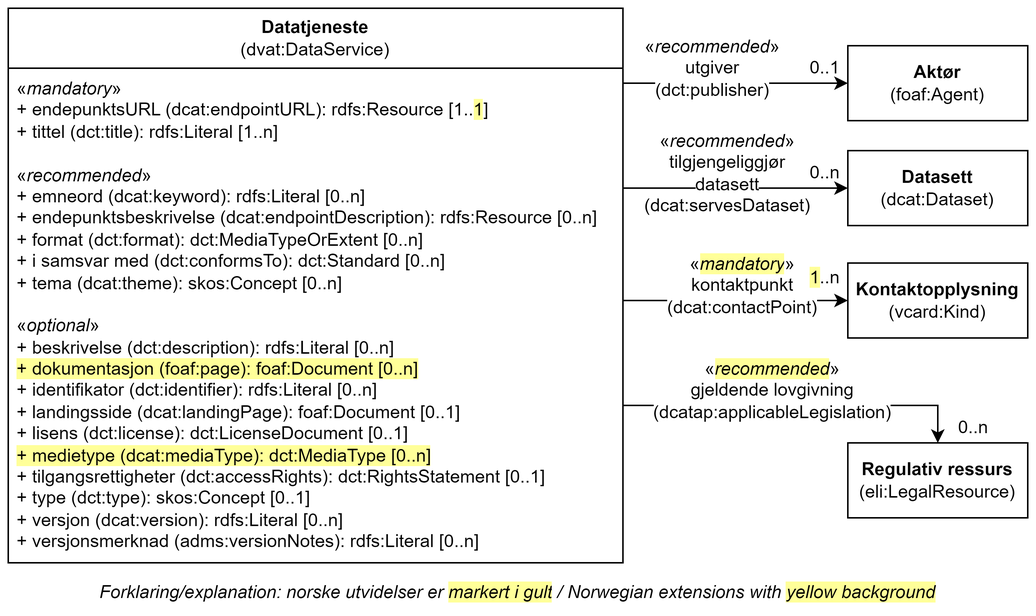
This is docs/images/Klassen-Datatjeneste.png from Informasjonsforvaltning/dcat-ap-no, a draw.io export, as it was before one commit. Source tidied: cells renumbered, new cells last; positions are measured from the earlier drawing's top-left corner, leaving out a move shared by most shapes. Its diagram source:
```xml
<mxGraphModel>
  <root>
    <mxCell id="0" />
    <mxCell id="1" parent="0" />
    <mxCell id="2" value="Datatjeneste&lt;br&gt;&lt;span style=&quot;font-weight: normal;&quot;&gt;(dvat:DataService)&lt;/span&gt;" style="swimlane;whiteSpace=wrap;html=1;startSize=40;" parent="1" vertex="1">
      <mxGeometry width="410" height="370" as="geometry" />
    </mxCell>
    <mxCell id="3" value="«&lt;i style=&quot;&quot;&gt;mandatory&lt;/i&gt;»&lt;br&gt;&lt;div&gt;+ endepunktsURL (dcat:endpointURL): rdfs:Resource [1..&lt;span style=&quot;background-color: rgb(255, 255, 153);&quot;&gt;1&lt;/span&gt;]&lt;/div&gt;&lt;div&gt;&lt;span style=&quot;background-color: initial;&quot;&gt;+ tittel (dct:title): rdfs:Literal [1..n]&lt;/span&gt;&lt;br&gt;&lt;/div&gt;&lt;div&gt;&lt;br&gt;&lt;/div&gt;&lt;div&gt;&lt;div style=&quot;border-color: var(--border-color);&quot;&gt;«&lt;i style=&quot;border-color: var(--border-color);&quot;&gt;recommended&lt;/i&gt;»&lt;/div&gt;&lt;div style=&quot;border-color: var(--border-color);&quot;&gt;&lt;span style=&quot;background-color: initial;&quot;&gt;+ emneord (dcat:keyword): rdfs:Literal [0..n]&lt;/span&gt;&lt;br&gt;&lt;/div&gt;&lt;div style=&quot;border-color: var(--border-color);&quot;&gt;+ endepunktsbeskrivelse (dcat:endpointDescription): rdfs:Resource [0..n]&lt;/div&gt;&lt;div style=&quot;border-color: var(--border-color);&quot;&gt;+ format (dct:format): dct:MediaTypeOrExtent [0..n]&lt;/div&gt;&lt;div style=&quot;border-color: var(--border-color);&quot;&gt;&lt;span style=&quot;background-color: initial;&quot;&gt;+ i samsvar med (dct:conformsTo): dct:Standard [0..n]&lt;/span&gt;&lt;br&gt;&lt;/div&gt;&lt;/div&gt;&lt;div style=&quot;border-color: var(--border-color);&quot;&gt;+ tema (dcat:theme): skos:Concept [0..n]&lt;br&gt;&lt;/div&gt;&lt;div style=&quot;border-color: var(--border-color);&quot;&gt;&lt;br&gt;&lt;/div&gt;&lt;div style=&quot;border-color: var(--border-color);&quot;&gt;&lt;div style=&quot;border-color: var(--border-color);&quot;&gt;«&lt;i style=&quot;border-color: var(--border-color);&quot;&gt;optional&lt;/i&gt;»&lt;/div&gt;&lt;div style=&quot;border-color: var(--border-color);&quot;&gt;+ beskrivelse (dct:description): rdfs:Literal [0..n]&lt;/div&gt;&lt;div style=&quot;border-color: var(--border-color);&quot;&gt;&lt;span style=&quot;background-color: rgb(255, 255, 153);&quot;&gt;+&amp;nbsp;&lt;span style=&quot;border-color: var(--border-color);&quot;&gt;dokumentasjon (foaf:page): foaf:Document [0..n]&lt;/span&gt;&lt;/span&gt;&lt;br&gt;&lt;/div&gt;&lt;div&gt;+ identifikator (dct:identifier): rdfs:Literal [0..n]&lt;/div&gt;&lt;div style=&quot;border-color: var(--border-color);&quot;&gt;&lt;span style=&quot;background-color: initial;&quot;&gt;+ landingsside (dcat:landingPage): foaf:Document [0..1]&lt;/span&gt;&lt;br&gt;&lt;/div&gt;&lt;div style=&quot;border-color: var(--border-color);&quot;&gt;+ lisens (dct:license): dct:LicenseDocument [0..1]&lt;/div&gt;&lt;div style=&quot;border-color: var(--border-color);&quot;&gt;&lt;span style=&quot;border-color: var(--border-color); background-color: rgb(255, 255, 153);&quot;&gt;+&lt;span style=&quot;border-color: var(--border-color);&quot;&gt;&amp;nbsp;medietype (dcat:mediaType): dct:MediaType [0..n]&lt;/span&gt;&lt;/span&gt;&lt;/div&gt;&lt;div style=&quot;border-color: var(--border-color);&quot;&gt;+ tilgangsrettigheter (dct:accessRights): dct:RightsStatement [0..1]&lt;/div&gt;&lt;div style=&quot;border-color: var(--border-color);&quot;&gt;&lt;span style=&quot;border-color: var(--border-color);&quot;&gt;+&amp;nbsp;&lt;span style=&quot;border-color: var(--border-color);&quot;&gt;type (dct:type): skos:Concept [0..1]&lt;/span&gt;&lt;/span&gt;&lt;/div&gt;&lt;div style=&quot;border-color: var(--border-color);&quot;&gt;+ versjon (dcat:version): rdfs:Literal [0..n]&lt;br style=&quot;border-color: var(--border-color);&quot;&gt;+ versjonsmerknad (adms:versionNotes): rdfs:Literal [0..n]&lt;br&gt;&lt;/div&gt;&lt;/div&gt;" style="text;strokeColor=none;fillColor=none;align=left;verticalAlign=top;spacingLeft=4;spacingRight=4;overflow=hidden;whiteSpace=wrap;html=1;fontStyle=0;" parent="2" vertex="1">
      <mxGeometry y="40" width="400" height="320" as="geometry" />
    </mxCell>
    <mxCell id="4" value="&lt;b&gt;Aktør&lt;br&gt;&lt;/b&gt;(foaf:Agent)" style="rounded=0;whiteSpace=wrap;html=1;" parent="1" vertex="1">
      <mxGeometry x="560" y="25" width="120" height="50" as="geometry" />
    </mxCell>
    <mxCell id="5" value="&lt;b&gt;Datasett&lt;/b&gt;&lt;br&gt;(dcat:Dataset)" style="rounded=0;whiteSpace=wrap;html=1;" parent="1" vertex="1">
      <mxGeometry x="560" y="95" width="120" height="50" as="geometry" />
    </mxCell>
    <mxCell id="6" style="endArrow=classic;html=1;rounded=0;entryX=0;entryY=0.5;entryDx=0;entryDy=0;" parent="1" edge="1" target="4">
      <mxGeometry relative="1" as="geometry">
        <mxPoint x="410" y="50" as="sourcePoint" />
      </mxGeometry>
    </mxCell>
    <mxCell id="7" value="&lt;div&gt;&lt;span style=&quot;background-color: rgb(255, 255, 255);&quot;&gt;«&lt;i&gt;recommended&lt;/i&gt;»&lt;/span&gt;&lt;/div&gt;&lt;div&gt;&lt;span style=&quot;background-color: rgb(255, 255, 255);&quot;&gt;utgiver (dct:publisher)&lt;/span&gt;&lt;/div&gt;" style="text;html=1;strokeColor=none;fillColor=none;align=center;verticalAlign=middle;whiteSpace=wrap;rounded=0;" parent="1" vertex="1">
      <mxGeometry x="440" y="25" width="60" height="30" as="geometry" />
    </mxCell>
    <mxCell id="8" value="&lt;span style=&quot;background-color: rgb(255, 255, 255);&quot;&gt;0&lt;/span&gt;..1" style="text;html=1;strokeColor=none;fillColor=none;align=center;verticalAlign=middle;whiteSpace=wrap;rounded=0;" parent="1" vertex="1">
      <mxGeometry x="530" y="30" width="30" height="20" as="geometry" />
    </mxCell>
    <mxCell id="9" value="0..n" style="text;html=1;strokeColor=none;fillColor=none;align=center;verticalAlign=middle;whiteSpace=wrap;rounded=0;" parent="1" vertex="1">
      <mxGeometry x="530" y="100" width="30" height="20" as="geometry" />
    </mxCell>
    <mxCell id="10" style="endArrow=classic;html=1;rounded=0;entryX=0;entryY=0.5;entryDx=0;entryDy=0;" parent="1" edge="1" target="5">
      <mxGeometry relative="1" as="geometry">
        <mxPoint x="410" y="120" as="sourcePoint" />
      </mxGeometry>
    </mxCell>
    <mxCell id="11" value="&lt;div&gt;&lt;span style=&quot;background-color: rgb(255, 255, 255);&quot;&gt;«&lt;i&gt;recommended&lt;/i&gt;»&lt;/span&gt;&lt;/div&gt;&lt;div&gt;&lt;span style=&quot;background-color: rgb(255, 255, 255);&quot;&gt;tilgjengeliggjør datasett (dcat:servesDataset)&lt;/span&gt;&lt;/div&gt;" style="text;html=1;strokeColor=none;fillColor=none;align=center;verticalAlign=middle;whiteSpace=wrap;rounded=0;" parent="1" vertex="1">
      <mxGeometry x="450" y="95" width="60" height="30" as="geometry" />
    </mxCell>
    <mxCell id="12" value="&lt;b&gt;Kontaktopplysning&lt;/b&gt;&lt;br&gt;(vcard:Kind)" style="html=1;whiteSpace=wrap;" parent="1" vertex="1">
      <mxGeometry x="560" y="170" width="120" height="50" as="geometry" />
    </mxCell>
    <mxCell id="13" style="endArrow=classic;html=1;rounded=0;entryX=0;entryY=0.5;entryDx=0;entryDy=0;" parent="1" edge="1" target="12">
      <mxGeometry relative="1" as="geometry">
        <mxPoint x="410" y="195" as="sourcePoint" />
      </mxGeometry>
    </mxCell>
    <mxCell id="14" value="&lt;span style=&quot;background-color: rgb(255, 255, 255);&quot;&gt;«&lt;/span&gt;&lt;i style=&quot;border-color: var(--border-color); text-align: left; background-color: rgb(255, 255, 153);&quot;&gt;mandatory&lt;/i&gt;&lt;span style=&quot;background-color: rgb(255, 255, 255); text-align: left;&quot;&gt;»&lt;br&gt;&lt;/span&gt;&lt;span style=&quot;background-color: rgb(255, 255, 255);&quot;&gt;kontaktpunkt&lt;/span&gt;&lt;br&gt;&lt;span style=&quot;background-color: rgb(255, 255, 255);&quot;&gt;(dcat:contactPoint)&lt;/span&gt;" style="text;html=1;strokeColor=none;fillColor=none;align=center;verticalAlign=middle;whiteSpace=wrap;rounded=0;" parent="1" vertex="1">
      <mxGeometry x="460" y="170" width="60" height="30" as="geometry" />
    </mxCell>
    <mxCell id="15" value="&lt;span style=&quot;background-color: rgb(255, 255, 153);&quot;&gt;1&lt;/span&gt;..n" style="text;html=1;strokeColor=none;fillColor=none;align=center;verticalAlign=middle;whiteSpace=wrap;rounded=0;" parent="1" vertex="1">
      <mxGeometry x="530" y="170" width="30" height="20" as="geometry" />
    </mxCell>
    <mxCell id="16" value="&lt;b&gt;Regulativ ressurs&lt;/b&gt;&lt;br&gt;(eli:LegalResource)" style="html=1;whiteSpace=wrap;" parent="1" vertex="1">
      <mxGeometry x="560" y="290" width="120" height="50" as="geometry" />
    </mxCell>
    <mxCell id="17" value="0..n" style="text;html=1;strokeColor=none;fillColor=none;align=center;verticalAlign=middle;whiteSpace=wrap;rounded=0;" parent="1" vertex="1">
      <mxGeometry x="630" y="270" width="28" height="20" as="geometry" />
    </mxCell>
    <mxCell id="18" style="endArrow=classic;html=1;rounded=0;entryX=0.5;entryY=0;entryDx=0;entryDy=0;" parent="1" edge="1" target="16">
      <mxGeometry relative="1" as="geometry">
        <mxPoint x="410" y="265" as="sourcePoint" />
        <Array as="points">
          <mxPoint x="620" y="265" />
        </Array>
      </mxGeometry>
    </mxCell>
    <mxCell id="19" value="«&lt;i style=&quot;background-color: rgb(255, 255, 153);&quot;&gt;recommended&lt;/i&gt;»&lt;br&gt;&lt;span style=&quot;background-color: rgb(255, 255, 255);&quot;&gt;gjeldende lovgivning&lt;br&gt;(dcatap:applicableLegislation)&lt;/span&gt;" style="text;html=1;align=center;verticalAlign=middle;whiteSpace=wrap;rounded=0;" parent="1" vertex="1">
      <mxGeometry x="480" y="240" width="60" height="30" as="geometry" />
    </mxCell>
    <mxCell id="20" value="Forklaring/explanation: norske utvidelser er&amp;nbsp;&lt;span style=&quot;background-color: rgb(255, 255, 153);&quot;&gt;markert i gult&lt;/span&gt;&lt;span style=&quot;background-color: rgb(255 , 255 , 255)&quot;&gt;&amp;nbsp;/&amp;nbsp;Norwegian extensions with &lt;/span&gt;&lt;span style=&quot;background-color: rgb(255, 255, 153);&quot;&gt;yellow background&lt;/span&gt;" style="text;html=1;strokeColor=none;fillColor=none;align=center;verticalAlign=middle;whiteSpace=wrap;rounded=0;fontStyle=2;" parent="1" vertex="1">
      <mxGeometry y="380" width="680" height="20" as="geometry" />
    </mxCell>
  </root>
</mxGraphModel>
```
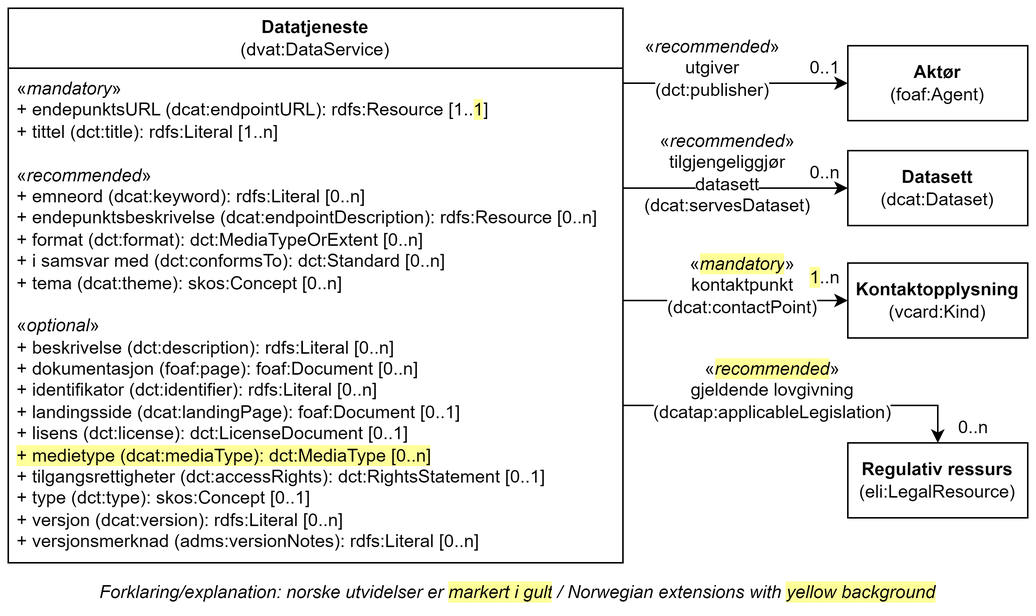
After the change.

Commit message:
Justering iht. DCAT-AP

The edit, as a diff of the source:
```diff
@@ -5,7 +5,7 @@
     <mxCell id="2" value="Datatjeneste&lt;br&gt;&lt;span style=&quot;font-weight: normal;&quot;&gt;(dvat:DataService)&lt;/span&gt;" style="swimlane;whiteSpace=wrap;html=1;startSize=40;" parent="1" vertex="1">
       <mxGeometry width="410" height="370" as="geometry" />
     </mxCell>
-    <mxCell id="3" value="«&lt;i style=&quot;&quot;&gt;mandatory&lt;/i&gt;»&lt;br&gt;&lt;div&gt;+ endepunktsURL (dcat:endpointURL): rdfs:Resource [1..&lt;span style=&quot;background-color: rgb(255, 255, 153);&quot;&gt;1&lt;/span&gt;]&lt;/div&gt;&lt;div&gt;&lt;span style=&quot;background-color: initial;&quot;&gt;+ tittel (dct:title): rdfs:Literal [1..n]&lt;/span&gt;&lt;br&gt;&lt;/div&gt;&lt;div&gt;&lt;br&gt;&lt;/div&gt;&lt;div&gt;&lt;div style=&quot;border-color: var(--border-color);&quot;&gt;«&lt;i style=&quot;border-color: var(--border-color);&quot;&gt;recommended&lt;/i&gt;»&lt;/div&gt;&lt;div style=&quot;border-color: var(--border-color);&quot;&gt;&lt;span style=&quot;background-color: initial;&quot;&gt;+ emneord (dcat:keyword): rdfs:Literal [0..n]&lt;/span&gt;&lt;br&gt;&lt;/div&gt;&lt;div style=&quot;border-color: var(--border-color);&quot;&gt;+ endepunktsbeskrivelse (dcat:endpointDescription): rdfs:Resource [0..n]&lt;/div&gt;&lt;div style=&quot;border-color: var(--border-color);&quot;&gt;+ format (dct:format): dct:MediaTypeOrExtent [0..n]&lt;/div&gt;&lt;div style=&quot;border-color: var(--border-color);&quot;&gt;&lt;span style=&quot;background-color: initial;&quot;&gt;+ i samsvar med (dct:conformsTo): dct:Standard [0..n]&lt;/span&gt;&lt;br&gt;&lt;/div&gt;&lt;/div&gt;&lt;div style=&quot;border-color: var(--border-color);&quot;&gt;+ tema (dcat:theme): skos:Concept [0..n]&lt;br&gt;&lt;/div&gt;&lt;div style=&quot;border-color: var(--border-color);&quot;&gt;&lt;br&gt;&lt;/div&gt;&lt;div style=&quot;border-color: var(--border-color);&quot;&gt;&lt;div style=&quot;border-color: var(--border-color);&quot;&gt;«&lt;i style=&quot;border-color: var(--border-color);&quot;&gt;optional&lt;/i&gt;»&lt;/div&gt;&lt;div style=&quot;border-color: var(--border-color);&quot;&gt;+ beskrivelse (dct:description): rdfs:Literal [0..n]&lt;/div&gt;&lt;div style=&quot;border-color: var(--border-color);&quot;&gt;&lt;span style=&quot;background-color: rgb(255, 255, 153);&quot;&gt;+&amp;nbsp;&lt;span style=&quot;border-color: var(--border-color);&quot;&gt;dokumentasjon (foaf:page): foaf:Document [0..n]&lt;/span&gt;&lt;/span&gt;&lt;br&gt;&lt;/div&gt;&lt;div&gt;+ identifikator (dct:identifier): rdfs:Literal [0..n]&lt;/div&gt;&lt;div style=&quot;border-color: var(--border-color);&quot;&gt;&lt;span style=&quot;background-color: initial;&quot;&gt;+ landingsside (dcat:landingPage): foaf:Document [0..1]&lt;/span&gt;&lt;br&gt;&lt;/div&gt;&lt;div style=&quot;border-color: var(--border-color);&quot;&gt;+ lisens (dct:license): dct:LicenseDocument [0..1]&lt;/div&gt;&lt;div style=&quot;border-color: var(--border-color);&quot;&gt;&lt;span style=&quot;border-color: var(--border-color); background-color: rgb(255, 255, 153);&quot;&gt;+&lt;span style=&quot;border-color: var(--border-color);&quot;&gt;&amp;nbsp;medietype (dcat:mediaType): dct:MediaType [0..n]&lt;/span&gt;&lt;/span&gt;&lt;/div&gt;&lt;div style=&quot;border-color: var(--border-color);&quot;&gt;+ tilgangsrettigheter (dct:accessRights): dct:RightsStatement [0..1]&lt;/div&gt;&lt;div style=&quot;border-color: var(--border-color);&quot;&gt;&lt;span style=&quot;border-color: var(--border-color);&quot;&gt;+&amp;nbsp;&lt;span style=&quot;border-color: var(--border-color);&quot;&gt;type (dct:type): skos:Concept [0..1]&lt;/span&gt;&lt;/span&gt;&lt;/div&gt;&lt;div style=&quot;border-color: var(--border-color);&quot;&gt;+ versjon (dcat:version): rdfs:Literal [0..n]&lt;br style=&quot;border-color: var(--border-color);&quot;&gt;+ versjonsmerknad (adms:versionNotes): rdfs:Literal [0..n]&lt;br&gt;&lt;/div&gt;&lt;/div&gt;" style="text;strokeColor=none;fillColor=none;align=left;verticalAlign=top;spacingLeft=4;spacingRight=4;overflow=hidden;whiteSpace=wrap;html=1;fontStyle=0;" parent="2" vertex="1">
+    <mxCell id="3" value="«&lt;i style=&quot;&quot;&gt;mandatory&lt;/i&gt;»&lt;br&gt;&lt;div&gt;+ endepunktsURL (dcat:endpointURL): rdfs:Resource [1..&lt;span style=&quot;background-color: rgb(255, 255, 153);&quot;&gt;1&lt;/span&gt;]&lt;/div&gt;&lt;div&gt;&lt;span style=&quot;background-color: initial;&quot;&gt;+ tittel (dct:title): rdfs:Literal [1..n]&lt;/span&gt;&lt;br&gt;&lt;/div&gt;&lt;div&gt;&lt;br&gt;&lt;/div&gt;&lt;div&gt;&lt;div style=&quot;border-color: var(--border-color);&quot;&gt;«&lt;i style=&quot;border-color: var(--border-color);&quot;&gt;recommended&lt;/i&gt;»&lt;/div&gt;&lt;div style=&quot;border-color: var(--border-color);&quot;&gt;&lt;span style=&quot;background-color: initial;&quot;&gt;+ emneord (dcat:keyword): rdfs:Literal [0..n]&lt;/span&gt;&lt;br&gt;&lt;/div&gt;&lt;div style=&quot;border-color: var(--border-color);&quot;&gt;+ endepunktsbeskrivelse (dcat:endpointDescription): rdfs:Resource [0..n]&lt;/div&gt;&lt;div style=&quot;border-color: var(--border-color);&quot;&gt;+ format (dct:format): dct:MediaTypeOrExtent [0..n]&lt;/div&gt;&lt;div style=&quot;border-color: var(--border-color);&quot;&gt;&lt;span style=&quot;background-color: initial;&quot;&gt;+ i samsvar med (dct:conformsTo): dct:Standard [0..n]&lt;/span&gt;&lt;br&gt;&lt;/div&gt;&lt;/div&gt;&lt;div style=&quot;border-color: var(--border-color);&quot;&gt;+ tema (dcat:theme): skos:Concept [0..n]&lt;br&gt;&lt;/div&gt;&lt;div style=&quot;border-color: var(--border-color);&quot;&gt;&lt;br&gt;&lt;/div&gt;&lt;div style=&quot;border-color: var(--border-color);&quot;&gt;&lt;div style=&quot;border-color: var(--border-color);&quot;&gt;«&lt;i style=&quot;border-color: var(--border-color);&quot;&gt;optional&lt;/i&gt;»&lt;/div&gt;&lt;div style=&quot;border-color: var(--border-color);&quot;&gt;+ beskrivelse (dct:description): rdfs:Literal [0..n]&lt;/div&gt;&lt;div style=&quot;border-color: var(--border-color);&quot;&gt;+&amp;nbsp;&lt;span style=&quot;border-color: var(--border-color);&quot;&gt;dokumentasjon (foaf:page): foaf:Document [0..n]&lt;/span&gt;&lt;br&gt;&lt;/div&gt;&lt;div&gt;+ identifikator (dct:identifier): rdfs:Literal [0..n]&lt;/div&gt;&lt;div style=&quot;border-color: var(--border-color);&quot;&gt;&lt;span style=&quot;background-color: initial;&quot;&gt;+ landingsside (dcat:landingPage): foaf:Document [0..1]&lt;/span&gt;&lt;br&gt;&lt;/div&gt;&lt;div style=&quot;border-color: var(--border-color);&quot;&gt;+ lisens (dct:license): dct:LicenseDocument [0..1]&lt;/div&gt;&lt;div style=&quot;border-color: var(--border-color);&quot;&gt;&lt;span style=&quot;border-color: var(--border-color); background-color: rgb(255, 255, 153);&quot;&gt;+&lt;span style=&quot;border-color: var(--border-color);&quot;&gt;&amp;nbsp;medietype (dcat:mediaType): dct:MediaType [0..n]&lt;/span&gt;&lt;/span&gt;&lt;/div&gt;&lt;div style=&quot;border-color: var(--border-color);&quot;&gt;+ tilgangsrettigheter (dct:accessRights): dct:RightsStatement [0..1]&lt;/div&gt;&lt;div style=&quot;border-color: var(--border-color);&quot;&gt;&lt;span style=&quot;border-color: var(--border-color);&quot;&gt;+&amp;nbsp;&lt;span style=&quot;border-color: var(--border-color);&quot;&gt;type (dct:type): skos:Concept [0..1]&lt;/span&gt;&lt;/span&gt;&lt;/div&gt;&lt;div style=&quot;border-color: var(--border-color);&quot;&gt;+ versjon (dcat:version): rdfs:Literal [0..n]&lt;br style=&quot;border-color: var(--border-color);&quot;&gt;+ versjonsmerknad (adms:versionNotes): rdfs:Literal [0..n]&lt;br&gt;&lt;/div&gt;&lt;/div&gt;" style="text;strokeColor=none;fillColor=none;align=left;verticalAlign=top;spacingLeft=4;spacingRight=4;overflow=hidden;whiteSpace=wrap;html=1;fontStyle=0;" parent="2" vertex="1">
       <mxGeometry y="40" width="400" height="320" as="geometry" />
     </mxCell>
     <mxCell id="4" value="&lt;b&gt;Aktør&lt;br&gt;&lt;/b&gt;(foaf:Agent)" style="rounded=0;whiteSpace=wrap;html=1;" parent="1" vertex="1">
```
